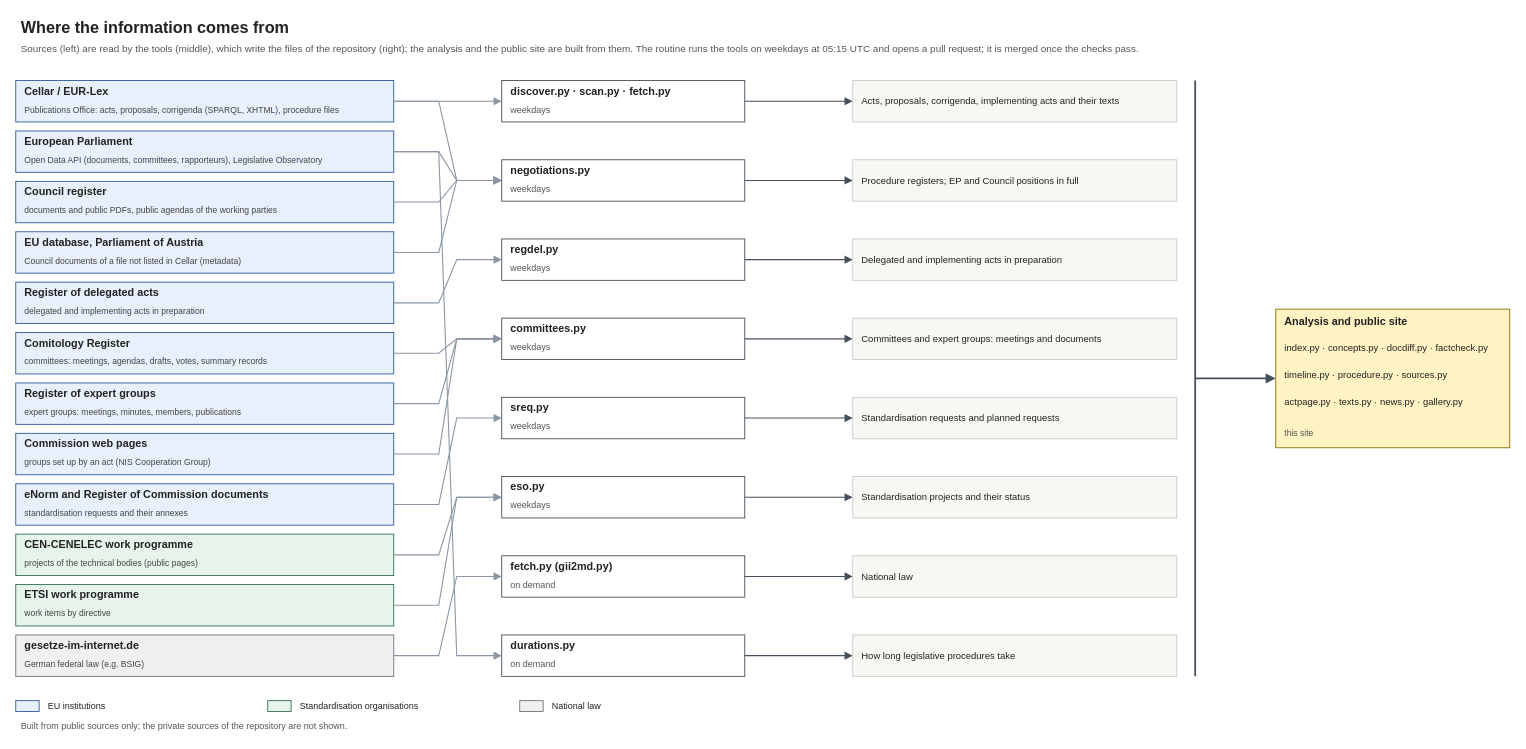
The draw.io diagram sources.drawio in git-z0man/eu-regulation-timeline, before the edit. Source tidied: cells renumbered, new cells numbered last; positions are measured from the earlier drawing's top-left corner, leaving out a move shared by most shapes. Both pictures are drawn from the tidied source at 90%, with x=0, y=0 at pixel (15, 15).
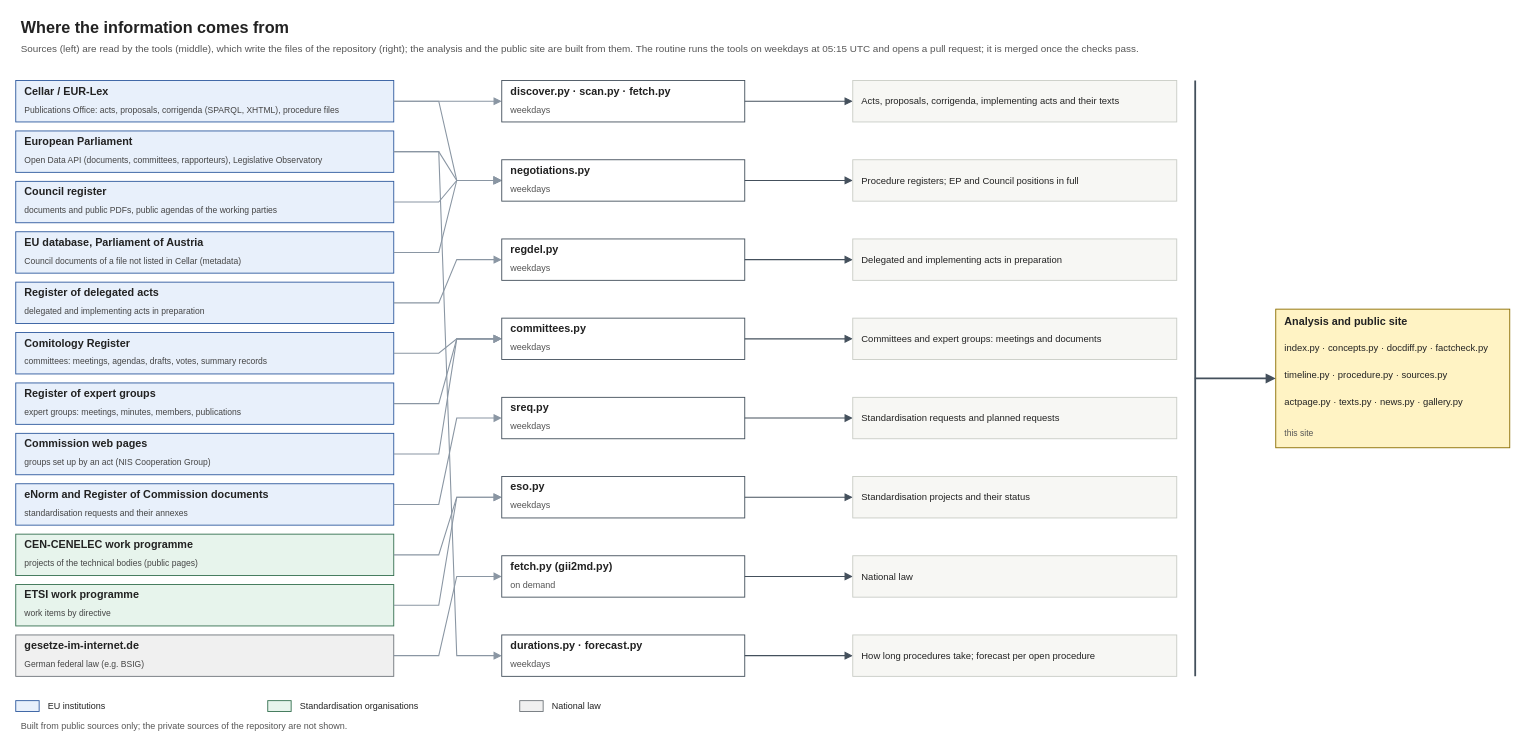
The same diagram, later.

Change to the diagram source:
```diff
@@
-    <mxCell id="97" value="durations.py" style="text;html=1;fontSize=12;fontColor=#222222;align=left;verticalAlign=middle;spacingLeft=4;fontStyle=1;" parent="1" vertex="1">
+    <mxCell id="97" value="durations.py · forecast.py" style="text;html=1;fontSize=12;fontColor=#222222;align=left;verticalAlign=middle;spacingLeft=4;fontStyle=1;" parent="1" vertex="1">
       <mxGeometry x="544" y="690" width="262" height="20" as="geometry" />
     </mxCell>
-    <mxCell id="98" value="on demand" style="text;html=1;fontSize=10;fontColor=#555555;align=left;verticalAlign=middle;spacingLeft=4;" parent="1" vertex="1">
+    <mxCell id="98" value="weekdays" style="text;html=1;fontSize=10;fontColor=#555555;align=left;verticalAlign=middle;spacingLeft=4;" parent="1" vertex="1">
       <mxGeometry x="544" y="710" width="262" height="20" as="geometry" />
     </mxCell>
@@
-    <mxCell id="101" value="How long legislative procedures take" style="text;html=1;fontSize=10.5;fontColor=#222222;align=left;verticalAlign=middle;spacingLeft=4;whiteSpace=wrap;" parent="1" vertex="1">
+    <mxCell id="101" value="How long procedures take; forecast per open procedure" style="text;html=1;fontSize=10.5;fontColor=#222222;align=left;verticalAlign=middle;spacingLeft=4;whiteSpace=wrap;" parent="1" vertex="1">
       <mxGeometry x="934" y="688" width="352" height="46" as="geometry" />
     </mxCell>
```
